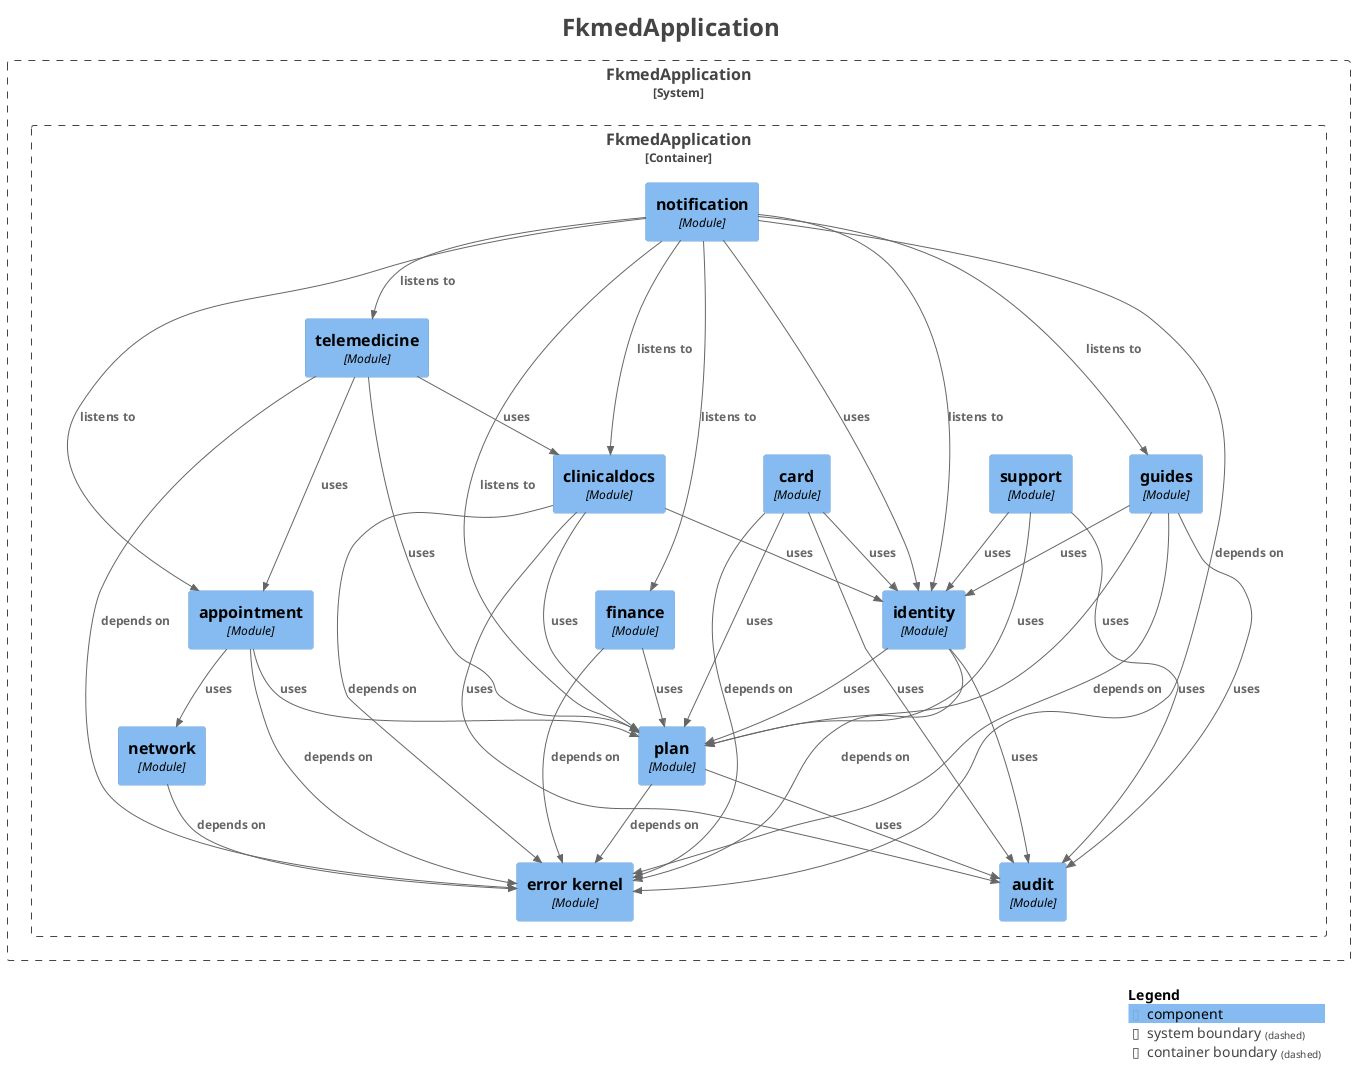
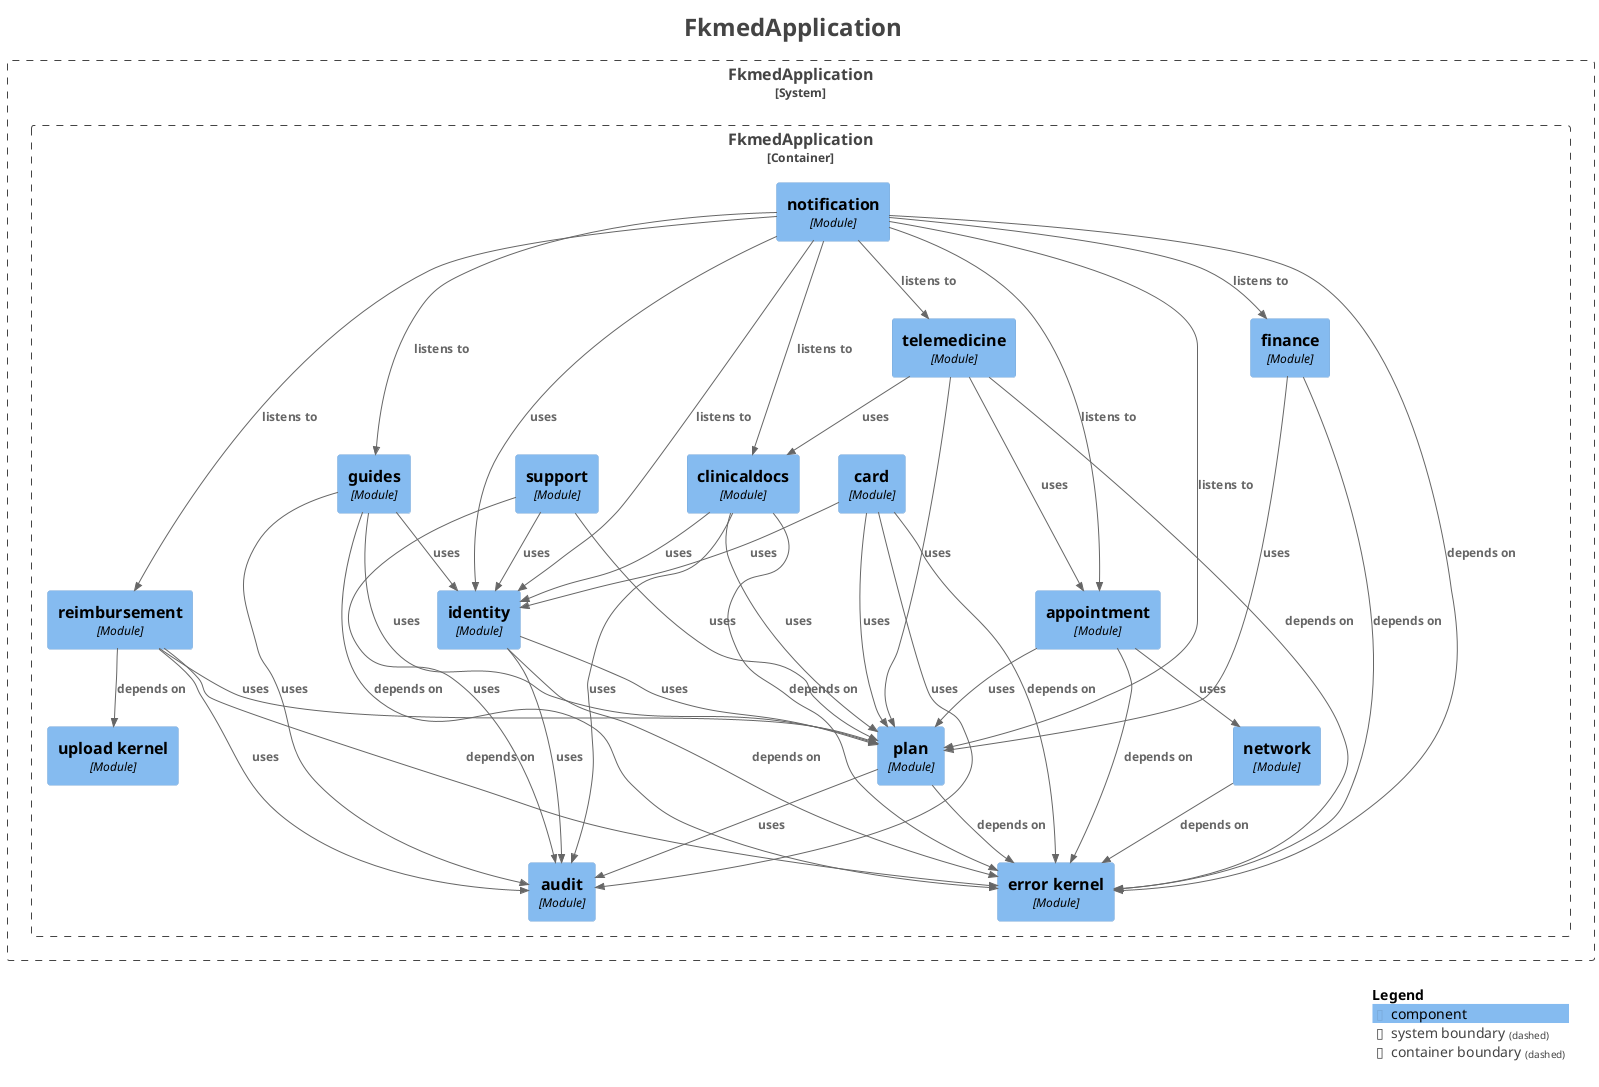
@startuml
title <size:24>FkmedApplication</size>

set separator none
top to bottom direction

<style>
  root {
    BackgroundColor: #ffffff
    FontColor: #444444
  }
</style>

!include <C4/C4>
!include <C4/C4_Context>
!include <C4/C4_Component>

System_Boundary("FkmedApplication_boundary", "FkmedApplication", $tags="") {
  Container_Boundary("FkmedApplication.FkmedApplication_boundary", "FkmedApplication", $tags="") {
+     Component(FkmedApplication.FkmedApplication.finance, "finance", $techn="Module", $descr="", $tags="", $link="")
    Component(FkmedApplication.FkmedApplication.identity, "identity", $techn="Module", $descr="", $tags="", $link="")
+     Component(FkmedApplication.FkmedApplication.reimbursement, "reimbursement", $techn="Module", $descr="", $tags="", $link="")
    Component(FkmedApplication.FkmedApplication.card, "card", $techn="Module", $descr="", $tags="", $link="")
    Component(FkmedApplication.FkmedApplication.clinicaldocs, "clinicaldocs", $techn="Module", $descr="", $tags="", $link="")
    Component(FkmedApplication.FkmedApplication.guides, "guides", $techn="Module", $descr="", $tags="", $link="")
    Component(FkmedApplication.FkmedApplication.support, "support", $techn="Module", $descr="", $tags="", $link="")
    Component(FkmedApplication.FkmedApplication.telemedicine, "telemedicine", $techn="Module", $descr="", $tags="", $link="")
    Component(FkmedApplication.FkmedApplication.notification, "notification", $techn="Module", $descr="", $tags="", $link="")
    Component(FkmedApplication.FkmedApplication.audit, "audit", $techn="Module", $descr="", $tags="", $link="")
    Component(FkmedApplication.FkmedApplication.errorkernel, "error kernel", $techn="Module", $descr="", $tags="", $link="")
+     Component(FkmedApplication.FkmedApplication.uploadkernel, "upload kernel", $techn="Module", $descr="", $tags="", $link="")
    Component(FkmedApplication.FkmedApplication.network, "network", $techn="Module", $descr="", $tags="", $link="")
    Component(FkmedApplication.FkmedApplication.plan, "plan", $techn="Module", $descr="", $tags="", $link="")
    Component(FkmedApplication.FkmedApplication.appointment, "appointment", $techn="Module", $descr="", $tags="", $link="")
-     Component(FkmedApplication.FkmedApplication.finance, "finance", $techn="Module", $descr="", $tags="", $link="")
  }

}

Rel(FkmedApplication.FkmedApplication.appointment, FkmedApplication.FkmedApplication.errorkernel, "depends on", $techn="", $tags="", $link="")
Rel(FkmedApplication.FkmedApplication.appointment, FkmedApplication.FkmedApplication.network, "uses", $techn="", $tags="", $link="")
Rel(FkmedApplication.FkmedApplication.appointment, FkmedApplication.FkmedApplication.plan, "uses", $techn="", $tags="", $link="")
Rel(FkmedApplication.FkmedApplication.card, FkmedApplication.FkmedApplication.audit, "uses", $techn="", $tags="", $link="")
Rel(FkmedApplication.FkmedApplication.card, FkmedApplication.FkmedApplication.errorkernel, "depends on", $techn="", $tags="", $link="")
Rel(FkmedApplication.FkmedApplication.card, FkmedApplication.FkmedApplication.identity, "uses", $techn="", $tags="", $link="")
Rel(FkmedApplication.FkmedApplication.card, FkmedApplication.FkmedApplication.plan, "uses", $techn="", $tags="", $link="")
Rel(FkmedApplication.FkmedApplication.clinicaldocs, FkmedApplication.FkmedApplication.audit, "uses", $techn="", $tags="", $link="")
Rel(FkmedApplication.FkmedApplication.clinicaldocs, FkmedApplication.FkmedApplication.errorkernel, "depends on", $techn="", $tags="", $link="")
Rel(FkmedApplication.FkmedApplication.clinicaldocs, FkmedApplication.FkmedApplication.identity, "uses", $techn="", $tags="", $link="")
Rel(FkmedApplication.FkmedApplication.clinicaldocs, FkmedApplication.FkmedApplication.plan, "uses", $techn="", $tags="", $link="")
Rel(FkmedApplication.FkmedApplication.finance, FkmedApplication.FkmedApplication.errorkernel, "depends on", $techn="", $tags="", $link="")
Rel(FkmedApplication.FkmedApplication.finance, FkmedApplication.FkmedApplication.plan, "uses", $techn="", $tags="", $link="")
Rel(FkmedApplication.FkmedApplication.guides, FkmedApplication.FkmedApplication.audit, "uses", $techn="", $tags="", $link="")
Rel(FkmedApplication.FkmedApplication.guides, FkmedApplication.FkmedApplication.errorkernel, "depends on", $techn="", $tags="", $link="")
Rel(FkmedApplication.FkmedApplication.guides, FkmedApplication.FkmedApplication.identity, "uses", $techn="", $tags="", $link="")
Rel(FkmedApplication.FkmedApplication.guides, FkmedApplication.FkmedApplication.plan, "uses", $techn="", $tags="", $link="")
Rel(FkmedApplication.FkmedApplication.identity, FkmedApplication.FkmedApplication.audit, "uses", $techn="", $tags="", $link="")
Rel(FkmedApplication.FkmedApplication.identity, FkmedApplication.FkmedApplication.errorkernel, "depends on", $techn="", $tags="", $link="")
Rel(FkmedApplication.FkmedApplication.identity, FkmedApplication.FkmedApplication.plan, "uses", $techn="", $tags="", $link="")
Rel(FkmedApplication.FkmedApplication.network, FkmedApplication.FkmedApplication.errorkernel, "depends on", $techn="", $tags="", $link="")
Rel(FkmedApplication.FkmedApplication.notification, FkmedApplication.FkmedApplication.appointment, "listens to", $techn="", $tags="", $link="")
Rel(FkmedApplication.FkmedApplication.notification, FkmedApplication.FkmedApplication.clinicaldocs, "listens to", $techn="", $tags="", $link="")
Rel(FkmedApplication.FkmedApplication.notification, FkmedApplication.FkmedApplication.errorkernel, "depends on", $techn="", $tags="", $link="")
Rel(FkmedApplication.FkmedApplication.notification, FkmedApplication.FkmedApplication.finance, "listens to", $techn="", $tags="", $link="")
Rel(FkmedApplication.FkmedApplication.notification, FkmedApplication.FkmedApplication.guides, "listens to", $techn="", $tags="", $link="")
Rel(FkmedApplication.FkmedApplication.notification, FkmedApplication.FkmedApplication.identity, "listens to", $techn="", $tags="", $link="")
Rel(FkmedApplication.FkmedApplication.notification, FkmedApplication.FkmedApplication.identity, "uses", $techn="", $tags="", $link="")
Rel(FkmedApplication.FkmedApplication.notification, FkmedApplication.FkmedApplication.plan, "listens to", $techn="", $tags="", $link="")
+ Rel(FkmedApplication.FkmedApplication.notification, FkmedApplication.FkmedApplication.reimbursement, "listens to", $techn="", $tags="", $link="")
Rel(FkmedApplication.FkmedApplication.notification, FkmedApplication.FkmedApplication.telemedicine, "listens to", $techn="", $tags="", $link="")
Rel(FkmedApplication.FkmedApplication.plan, FkmedApplication.FkmedApplication.audit, "uses", $techn="", $tags="", $link="")
Rel(FkmedApplication.FkmedApplication.plan, FkmedApplication.FkmedApplication.errorkernel, "depends on", $techn="", $tags="", $link="")
+ Rel(FkmedApplication.FkmedApplication.reimbursement, FkmedApplication.FkmedApplication.audit, "uses", $techn="", $tags="", $link="")
+ Rel(FkmedApplication.FkmedApplication.reimbursement, FkmedApplication.FkmedApplication.errorkernel, "depends on", $techn="", $tags="", $link="")
+ Rel(FkmedApplication.FkmedApplication.reimbursement, FkmedApplication.FkmedApplication.plan, "uses", $techn="", $tags="", $link="")
+ Rel(FkmedApplication.FkmedApplication.reimbursement, FkmedApplication.FkmedApplication.uploadkernel, "depends on", $techn="", $tags="", $link="")
Rel(FkmedApplication.FkmedApplication.support, FkmedApplication.FkmedApplication.audit, "uses", $techn="", $tags="", $link="")
Rel(FkmedApplication.FkmedApplication.support, FkmedApplication.FkmedApplication.identity, "uses", $techn="", $tags="", $link="")
Rel(FkmedApplication.FkmedApplication.support, FkmedApplication.FkmedApplication.plan, "uses", $techn="", $tags="", $link="")
Rel(FkmedApplication.FkmedApplication.telemedicine, FkmedApplication.FkmedApplication.appointment, "uses", $techn="", $tags="", $link="")
Rel(FkmedApplication.FkmedApplication.telemedicine, FkmedApplication.FkmedApplication.clinicaldocs, "uses", $techn="", $tags="", $link="")
Rel(FkmedApplication.FkmedApplication.telemedicine, FkmedApplication.FkmedApplication.errorkernel, "depends on", $techn="", $tags="", $link="")
Rel(FkmedApplication.FkmedApplication.telemedicine, FkmedApplication.FkmedApplication.plan, "uses", $techn="", $tags="", $link="")

SHOW_LEGEND(true)
hide stereotypes
@enduml